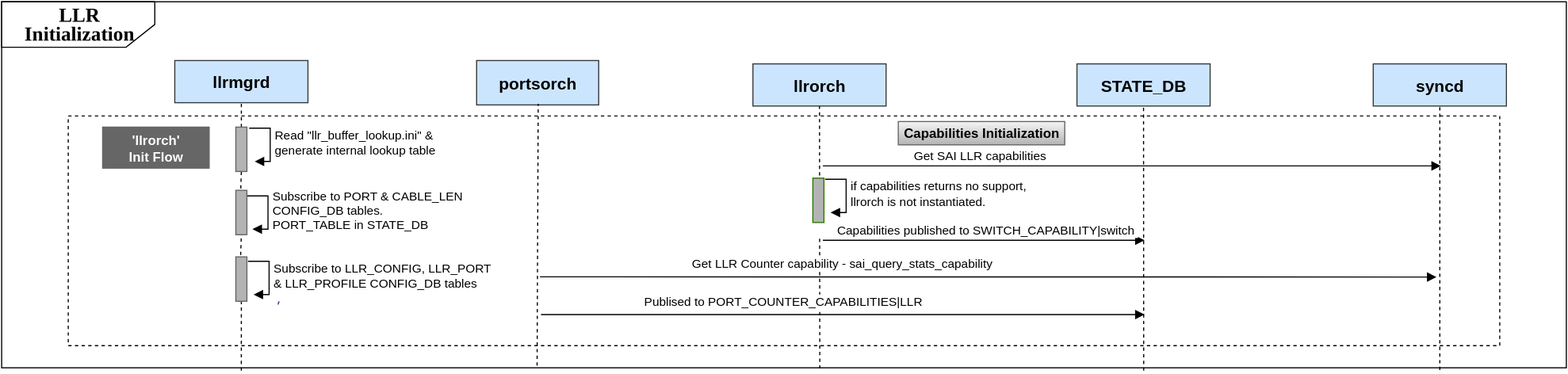
Earlier version of the draw.io export doc/llr/images/llr_init_flow.svg (sonic-net/SONiC). Source tidied: cells renumbered, new cells last; positions are measured from the earlier drawing's top-left corner, leaving out a move shared by most shapes.
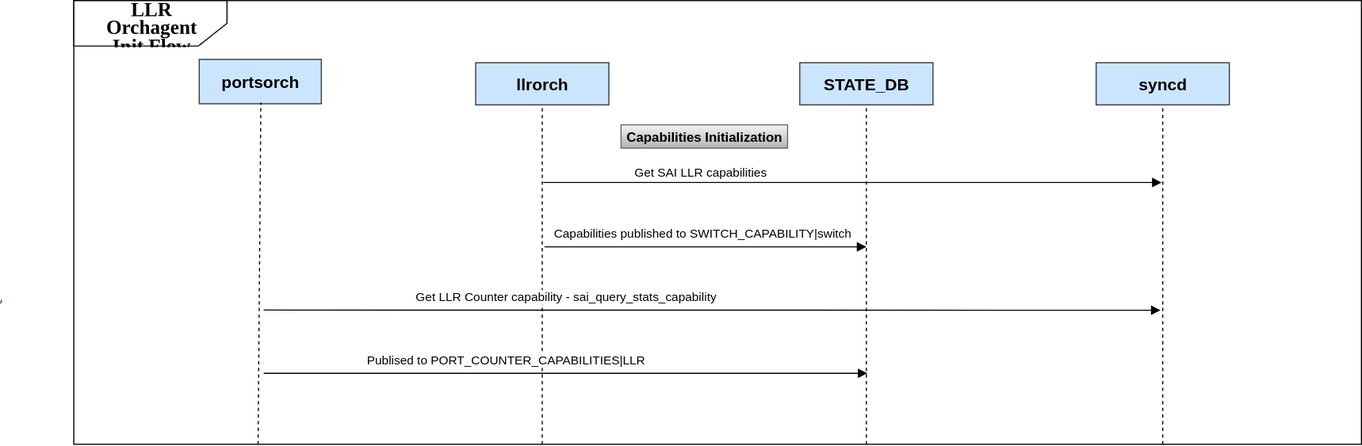
Later version of the same file.

Change to the diagram source:
```diff
@@ -3,31 +3,22 @@
     <mxCell id="0" />
     <mxCell id="1" parent="0" />
     <mxCell id="2" value="&lt;div&gt;&lt;b&gt;&lt;font style=&quot;font-size: 18px;&quot;&gt;&lt;br&gt;&lt;/font&gt;&lt;/b&gt;&lt;/div&gt;" style="rounded=0;whiteSpace=wrap;html=1;align=center;" parent="1" vertex="1">
-      <mxGeometry width="1410" height="330" as="geometry" />
+      <mxGeometry x="315" width="1160" height="400" as="geometry" />
     </mxCell>
-    <mxCell id="3" style="rounded=0;whiteSpace=wrap;html=1;dashed=1;" parent="1" vertex="1">
-      <mxGeometry x="60" y="103" width="1290" height="207" as="geometry" />
-    </mxCell>
     <mxCell id="4" value="portsorch" style="html=1;whiteSpace=wrap;fillColor=#cce5ff;strokeColor=#36393d;fontStyle=1;strokeWidth=1;fontSize=15;" parent="1" vertex="1">
       <mxGeometry x="428" y="53" width="110" height="40" as="geometry" />
     </mxCell>
-    <mxCell id="5" style="endArrow=none;html=1;rounded=0;strokeColor=light-dark(#000000,#EDEDED);entryX=0.5;entryY=1;entryDx=0;entryDy=0;dashed=1;" parent="1" edge="1" source="14" target="6">
-      <mxGeometry relative="1" as="geometry" />
-    </mxCell>
-    <mxCell id="6" value="llrmgrd" style="html=1;whiteSpace=wrap;fillColor=#cce5ff;strokeColor=#36393d;fontStyle=1;strokeWidth=1;fontSize=15;" parent="1" vertex="1">
-      <mxGeometry x="156" y="53" width="120" height="38" as="geometry" />
-    </mxCell>
-    <mxCell id="7" style="endArrow=none;html=1;rounded=0;strokeColor=light-dark(#000000,#EDEDED);entryX=0.5;entryY=1;entryDx=0;entryDy=0;exitX=0.686;exitY=1.002;exitDx=0;exitDy=0;exitPerimeter=0;dashed=1;" parent="1" edge="1" target="8">
+    <mxCell id="7" style="endArrow=none;html=1;rounded=0;strokeColor=light-dark(#000000,#EDEDED);entryX=0.5;entryY=1;entryDx=0;entryDy=0;dashed=1;" parent="1" edge="1" target="8">
       <mxGeometry relative="1" as="geometry">
-        <mxPoint x="737.3" y="330.7" as="sourcePoint" />
+        <mxPoint x="737" y="400" as="sourcePoint" />
       </mxGeometry>
     </mxCell>
     <mxCell id="8" value="llrorch" style="html=1;whiteSpace=wrap;fillColor=#cce5ff;strokeColor=#36393d;fontStyle=1;strokeWidth=1;fontSize=15;" parent="1" vertex="1">
       <mxGeometry x="677" y="56" width="120" height="38" as="geometry" />
     </mxCell>
-    <mxCell id="9" style="endArrow=none;html=1;rounded=0;strokeColor=light-dark(#000000,#EDEDED);entryX=0.5;entryY=1;entryDx=0;entryDy=0;exitX=0.815;exitY=1.008;exitDx=0;exitDy=0;exitPerimeter=0;dashed=1;" parent="1" edge="1" target="10">
+    <mxCell id="9" style="endArrow=none;html=1;rounded=0;strokeColor=light-dark(#000000,#EDEDED);entryX=0.5;entryY=1;entryDx=0;entryDy=0;dashed=1;" parent="1" edge="1" target="10">
       <mxGeometry relative="1" as="geometry">
-        <mxPoint x="1029.1" y="332.6" as="sourcePoint" />
+        <mxPoint x="1029" y="400" as="sourcePoint" />
       </mxGeometry>
     </mxCell>
     <mxCell id="10" value="STATE_DB" style="html=1;whiteSpace=wrap;fillColor=#cce5ff;strokeColor=#36393d;fontStyle=1;strokeWidth=1;fontSize=15;" parent="1" vertex="1">
@@ -35,50 +26,31 @@
     </mxCell>
     <mxCell id="11" style="endArrow=none;html=1;rounded=0;strokeColor=light-dark(#000000,#EDEDED);entryX=0.5;entryY=1;entryDx=0;entryDy=0;dashed=1;" parent="1" edge="1" target="12">
       <mxGeometry relative="1" as="geometry">
-        <mxPoint x="1296" y="332" as="sourcePoint" />
+        <mxPoint x="1296" y="400" as="sourcePoint" />
       </mxGeometry>
     </mxCell>
     <mxCell id="12" value="syncd" style="html=1;whiteSpace=wrap;fillColor=#cce5ff;strokeColor=#36393d;fontStyle=1;strokeWidth=1;fontSize=15;" parent="1" vertex="1">
       <mxGeometry x="1236" y="56" width="120" height="38" as="geometry" />
     </mxCell>
-    <mxCell id="13" style="endArrow=none;html=1;rounded=0;strokeColor=light-dark(#000000,#EDEDED);entryX=0.5;entryY=1;entryDx=0;entryDy=0;exitX=0.295;exitY=1.008;exitDx=0;exitDy=0;exitPerimeter=0;dashed=1;" parent="1" edge="1" source="30" target="14">
-      <mxGeometry relative="1" as="geometry" />
-    </mxCell>
-    <mxCell id="14" style="html=1;points=[[0,0,0,0,5],[0,1,0,0,-5],[1,0,0,0,5],[1,1,0,0,-5]];perimeter=orthogonalPerimeter;outlineConnect=0;targetShapes=umlLifeline;portConstraint=eastwest;newEdgeStyle={&quot;curved&quot;:0,&quot;rounded&quot;:0};fillColor=#B3B3B3;strokeColor=#666666;gradientColor=none;" parent="1" vertex="1">
-      <mxGeometry x="211" y="113" width="10" height="40" as="geometry" />
-    </mxCell>
-    <mxCell id="15" value="Read &quot;llr_buffer_lookup.ini&quot; &amp;amp;&lt;div&gt;generate internal lookup table&lt;/div&gt;" style="html=1;align=left;spacingLeft=2;endArrow=block;rounded=0;edgeStyle=orthogonalEdgeStyle;curved=0;rounded=0;" parent="1" edge="1">
-      <mxGeometry relative="1" as="geometry">
-        <mxPoint x="223" y="114" as="sourcePoint" />
-        <mxPoint x="228" y="144" as="targetPoint" />
-        <Array as="points">
-          <mxPoint x="242" y="114" />
-          <mxPoint x="242" y="144" />
-        </Array>
-      </mxGeometry>
-    </mxCell>
     <mxCell id="16" value="Get SAI LLR capabilities" style="html=1;verticalAlign=bottom;endArrow=block;curved=0;rounded=0;align=left;" parent="1" edge="1">
       <mxGeometry x="-0.71" relative="1" as="geometry">
-        <mxPoint x="740" y="148" as="sourcePoint" />
-        <mxPoint x="1297" y="148" as="targetPoint" />
+        <mxPoint x="738" y="164" as="sourcePoint" />
+        <mxPoint x="1295" y="164" as="targetPoint" />
       </mxGeometry>
     </mxCell>
     <mxCell id="17" value="Get LLR Counter capability -&amp;nbsp;sai_query_stats_capability" style="html=1;verticalAlign=bottom;endArrow=block;curved=0;rounded=0;align=left;" parent="1" edge="1">
       <mxGeometry x="-0.66" y="3" relative="1" as="geometry">
-        <mxPoint x="485" y="248" as="sourcePoint" />
-        <mxPoint x="1293" y="248.2" as="targetPoint" />
+        <mxPoint x="486" y="279" as="sourcePoint" />
+        <mxPoint x="1294" y="279.2" as="targetPoint" />
       </mxGeometry>
     </mxCell>
-    <mxCell id="18" value="&lt;blockquote style=&quot;margin: 0 0 0 40px; border: none; padding: 0px;&quot;&gt;&lt;div style=&quot;&quot;&gt;&lt;span style=&quot;background-color: light-dark(#ffffff, var(--ge-dark-color, #121212)); color: light-dark(rgb(0, 0, 0), rgb(255, 255, 255));&quot;&gt;&amp;nbsp; &amp;nbsp; &amp;nbsp; &amp;nbsp; &amp;nbsp; &amp;nbsp; &amp;nbsp; &amp;nbsp; &amp;nbsp; &amp;nbsp; &amp;nbsp; &amp;nbsp; &amp;nbsp; &amp;nbsp; Capabilities published to SWITCH_CAPABILITY|switch&amp;nbsp;&lt;/span&gt;&lt;/div&gt;&lt;/blockquote&gt;" style="html=1;verticalAlign=bottom;endArrow=block;curved=0;rounded=0;align=center;" parent="1" edge="1">
+    <mxCell id="18" value="&lt;blockquote style=&quot;margin: 0 0 0 40px; border: none; padding: 0px;&quot;&gt;&lt;div style=&quot;&quot;&gt;&lt;br&gt;&lt;/div&gt;&lt;/blockquote&gt;" style="html=1;verticalAlign=bottom;endArrow=block;curved=0;rounded=0;align=center;" parent="1" edge="1">
       <mxGeometry x="-0.41" relative="1" as="geometry">
-        <mxPoint x="740" y="215" as="sourcePoint" />
-        <mxPoint x="1030" y="215" as="targetPoint" />
+        <mxPoint x="739" y="222" as="sourcePoint" />
+        <mxPoint x="1029" y="222" as="targetPoint" />
         <mxPoint x="-1" as="offset" />
       </mxGeometry>
     </mxCell>
-    <mxCell id="19" value="&lt;b&gt;&lt;font style=&quot;color: rgb(255, 255, 255);&quot;&gt;'llrorch'&lt;/font&gt;&lt;/b&gt;&lt;div&gt;&lt;b&gt;&lt;font style=&quot;color: rgb(255, 255, 255);&quot;&gt;Init Flow&lt;/font&gt;&lt;/b&gt;&lt;/div&gt;" style="html=1;whiteSpace=wrap;fillColor=#666666;strokeColor=#666666;gradientColor=none;" parent="1" vertex="1">
-      <mxGeometry x="91" y="113" width="96" height="37" as="geometry" />
-    </mxCell>
     <mxCell id="20" style="endArrow=none;html=1;rounded=0;exitX=0.5;exitY=0;exitDx=0;exitDy=0;strokeColor=light-dark(#252da2, #ededed);" parent="1" edge="1">
       <mxGeometry relative="1" as="geometry">
         <mxPoint x="249" y="273" as="sourcePoint" />
@@ -86,72 +58,33 @@
       </mxGeometry>
     </mxCell>
     <mxCell id="21" value="Capabilities Initialization" style="html=1;whiteSpace=wrap;fillColor=#f5f5f5;strokeColor=#666666;gradientColor=#b3b3b3;fontStyle=1;" parent="1" vertex="1">
-      <mxGeometry x="808" y="108" width="150" height="21" as="geometry" />
+      <mxGeometry x="808" y="112" width="150" height="21" as="geometry" />
     </mxCell>
-    <mxCell id="22" style="html=1;perimeter=orthogonalPerimeter;targetShapes=umlLifeline;newEdgeStyle={&quot;curved&quot;:0,&quot;rounded&quot;:0};fillColor=#B3B3B3;fontColor=#ffffff;strokeColor=#2D7600;" parent="1" vertex="1">
-      <mxGeometry x="731" y="159" width="10" height="40" as="geometry" />
-    </mxCell>
-    <mxCell id="23" value="if capabilities returns no support,&lt;div&gt;llrorch is not instantiated.&lt;/div&gt;" style="html=1;align=left;spacingLeft=2;endArrow=block;rounded=0;edgeStyle=orthogonalEdgeStyle;curved=0;rounded=0;" parent="1" edge="1">
-      <mxGeometry relative="1" as="geometry">
-        <mxPoint x="742" y="160" as="sourcePoint" />
-        <mxPoint x="747" y="190" as="targetPoint" />
-        <Array as="points">
-          <mxPoint x="761" y="160" />
-          <mxPoint x="761" y="190" />
-        </Array>
-      </mxGeometry>
-    </mxCell>
     <mxCell id="24" style="vsdxID=174;rotation=180;fillColor=#ffffff;gradientColor=none;shape=(stored shape, 176 characters);strokeColor=#000000;spacingTop=-1;spacingBottom=-1;spacingLeft=-1;spacingRight=-1;labelBackgroundColor=none;rounded=0;html=1;whiteSpace=wrap;fontStyle=1;" parent="1" vertex="1">
-      <mxGeometry width="138" height="41" as="geometry" />
+      <mxGeometry x="315" width="138" height="41" as="geometry" />
     </mxCell>
-    <mxCell id="25" value="&lt;div style=&quot;&quot;&gt;&lt;font style=&quot;font-family: Calibri; color: rgb(0, 0, 0); direction: ltr; letter-spacing: 0px; line-height: 120%; opacity: 1;&quot;&gt;&lt;font style=&quot;font-size: 18px;&quot;&gt; LLR&lt;/font&gt;&lt;br&gt;&lt;/font&gt;&lt;/div&gt;&lt;div style=&quot;&quot;&gt;&lt;font style=&quot;font-family: Calibri; color: rgb(0, 0, 0); direction: ltr; letter-spacing: 0px; line-height: 120%; opacity: 1;&quot;&gt;&lt;font style=&quot;font-size: 18px;&quot;&gt;Initialization&lt;/font&gt;&lt;/font&gt;&lt;/div&gt;" style="text;vsdxID=174;rotation=359.91;fillColor=none;gradientColor=none;strokeColor=none;spacingTop=-1;spacingBottom=-1;spacingLeft=-1;spacingRight=-1;labelBackgroundColor=none;rounded=0;html=1;whiteSpace=wrap;verticalAlign=middle;align=center;overflow=width;html=1;fontStyle=1;" parent="24" vertex="1">
+    <mxCell id="25" value="&lt;div style=&quot;&quot;&gt;&lt;font style=&quot;font-family: Calibri; color: rgb(0, 0, 0); direction: ltr; letter-spacing: 0px; line-height: 120%; opacity: 1;&quot;&gt;&lt;font style=&quot;font-size: 18px;&quot;&gt; LLR Orchagent&lt;/font&gt;&lt;br&gt;&lt;/font&gt;&lt;/div&gt;&lt;div style=&quot;&quot;&gt;&lt;font style=&quot;font-family: Calibri; color: rgb(0, 0, 0); direction: ltr; letter-spacing: 0px; line-height: 120%; opacity: 1;&quot;&gt;&lt;font style=&quot;font-size: 18px;&quot;&gt;Init Flow&lt;/font&gt;&lt;/font&gt;&lt;/div&gt;" style="text;vsdxID=174;rotation=359.91;fillColor=none;gradientColor=none;strokeColor=none;spacingTop=-1;spacingBottom=-1;spacingLeft=-1;spacingRight=-1;labelBackgroundColor=none;rounded=0;html=1;whiteSpace=wrap;verticalAlign=middle;align=center;overflow=width;html=1;fontStyle=1;" parent="24" vertex="1">
       <mxGeometry x="14" width="112.1" height="41.3" as="geometry" />
     </mxCell>
-    <mxCell id="26" style="endArrow=none;html=1;rounded=0;strokeColor=light-dark(#000000,#EDEDED);entryX=0.5;entryY=1;entryDx=0;entryDy=0;exitX=0.551;exitY=0.992;exitDx=0;exitDy=0;exitPerimeter=0;dashed=1;" parent="1" edge="1">
+    <mxCell id="26" style="endArrow=none;html=1;rounded=0;strokeColor=light-dark(#000000,#EDEDED);entryX=0.5;entryY=1;entryDx=0;entryDy=0;dashed=1;" parent="1" edge="1">
       <mxGeometry relative="1" as="geometry">
-        <mxPoint x="482.5" y="328" as="sourcePoint" />
+        <mxPoint x="481" y="400" as="sourcePoint" />
         <mxPoint x="483.5" y="92" as="targetPoint" />
       </mxGeometry>
     </mxCell>
     <mxCell id="27" value="Publised to PORT_COUNTER_CAPABILITIES|LLR" style="html=1;verticalAlign=bottom;endArrow=block;curved=0;rounded=0;align=left;" parent="1" edge="1">
       <mxGeometry x="-0.66" y="3" relative="1" as="geometry">
-        <mxPoint x="486" y="282" as="sourcePoint" />
-        <mxPoint x="1030" y="282" as="targetPoint" />
+        <mxPoint x="486" y="336" as="sourcePoint" />
+        <mxPoint x="1030" y="336" as="targetPoint" />
       </mxGeometry>
     </mxCell>
-    <mxCell id="28" value="Subscribe to PORT &amp;amp; CABLE_LEN &lt;br&gt;CONFIG_DB tables.&lt;br&gt;PORT_TABLE in STATE_DB" style="html=1;align=left;spacingLeft=2;endArrow=block;rounded=0;edgeStyle=orthogonalEdgeStyle;curved=0;rounded=0;" parent="1" edge="1">
-      <mxGeometry relative="1" as="geometry">
-        <mxPoint x="221" y="175" as="sourcePoint" />
-        <mxPoint x="226" y="205" as="targetPoint" />
-        <Array as="points">
-          <mxPoint x="240" y="175" />
-          <mxPoint x="240" y="205" />
-        </Array>
-      </mxGeometry>
-    </mxCell>
-    <mxCell id="29" style="endArrow=none;html=1;rounded=0;strokeColor=light-dark(#000000,#EDEDED);entryX=0.5;entryY=1;entryDx=0;entryDy=0;exitX=0.295;exitY=1.008;exitDx=0;exitDy=0;exitPerimeter=0;dashed=1;" parent="1" edge="1" source="32" target="30">
-      <mxGeometry relative="1" as="geometry" />
+    <mxCell id="29" style="endArrow=none;html=1;rounded=0;strokeColor=light-dark(#000000,#EDEDED);entryX=0.5;entryY=1;entryDx=0;entryDy=0;exitX=0.295;exitY=1.008;exitDx=0;exitDy=0;exitPerimeter=0;dashed=1;" parent="1" edge="1" source="x">
+      <mxGeometry relative="1" as="geometry">
+        <mxPoint x="471" y="210" as="targetPoint" />
+      </mxGeometry>
     </mxCell>
-    <mxCell id="30" style="html=1;points=[[0,0,0,0,5],[0,1,0,0,-5],[1,0,0,0,5],[1,1,0,0,-5]];perimeter=orthogonalPerimeter;outlineConnect=0;targetShapes=umlLifeline;portConstraint=eastwest;newEdgeStyle={&quot;curved&quot;:0,&quot;rounded&quot;:0};fillColor=#B3B3B3;strokeColor=#666666;gradientColor=none;" parent="1" vertex="1">
-      <mxGeometry x="211" y="170" width="10" height="40" as="geometry" />
-    </mxCell>
-    <mxCell id="31" style="endArrow=none;html=1;rounded=0;strokeColor=light-dark(#000000,#EDEDED);entryX=0.5;entryY=1;entryDx=0;entryDy=0;exitX=0.295;exitY=1.008;exitDx=0;exitDy=0;exitPerimeter=0;dashed=1;" parent="1" edge="1" target="32">
-      <mxGeometry relative="1" as="geometry">
-        <mxPoint x="216" y="332.6" as="sourcePoint" />
-      </mxGeometry>
-    </mxCell>
-    <mxCell id="32" style="html=1;points=[[0,0,0,0,5],[0,1,0,0,-5],[1,0,0,0,5],[1,1,0,0,-5]];perimeter=orthogonalPerimeter;outlineConnect=0;targetShapes=umlLifeline;portConstraint=eastwest;newEdgeStyle={&quot;curved&quot;:0,&quot;rounded&quot;:0};fillColor=#B3B3B3;strokeColor=#666666;gradientColor=none;" parent="1" vertex="1">
-      <mxGeometry x="211" y="230" width="10" height="40" as="geometry" />
-    </mxCell>
-    <mxCell id="33" value="Subscribe to LLR_CONFIG, LLR_PORT&lt;br&gt;&amp;amp; LLR_PROFILE CONFIG_DB tables" style="html=1;align=left;spacingLeft=2;endArrow=block;rounded=0;edgeStyle=orthogonalEdgeStyle;curved=0;rounded=0;" parent="1" edge="1">
-      <mxGeometry relative="1" as="geometry">
-        <mxPoint x="222" y="234" as="sourcePoint" />
-        <mxPoint x="227" y="264" as="targetPoint" />
-        <Array as="points">
-          <mxPoint x="241" y="234" />
-          <mxPoint x="241" y="264" />
-        </Array>
-      </mxGeometry>
-    </mxCell>
+    <mxCell id="34" value="&#10;&lt;span style=&quot;color: rgb(0, 0, 0); font-family: Helvetica; font-size: 11px; font-style: normal; font-variant-ligatures: normal; font-variant-caps: normal; font-weight: 400; letter-spacing: normal; orphans: 2; text-align: center; text-indent: 0px; text-transform: none; widows: 2; word-spacing: 0px; -webkit-text-stroke-width: 0px; white-space: nowrap; background-color: rgb(255, 255, 255); text-decoration-thickness: initial; text-decoration-style: initial; text-decoration-color: initial; display: inline !important; float: none;&quot;&gt;Capabilities published to SWITCH_CAPABILITY|switch&amp;nbsp;&lt;/span&gt;&#10;&#10;" style="text;html=1;align=center;verticalAlign=middle;whiteSpace=wrap;rounded=0;" parent="1" vertex="1">
+      <mxGeometry x="853" y="202" width="60" height="30" as="geometry" />
+    </mxCell>
   </root>
 </mxGraphModel>
```
